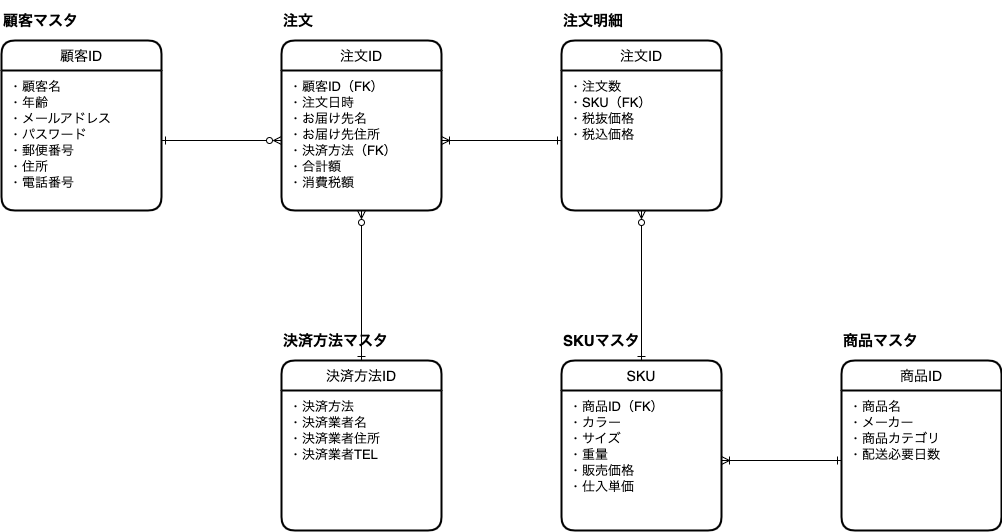
Earlier version of the draw.io export portfolio.drawio.png (june1983/java). Source tidied: cells renumbered, new cells last; positions are measured from the earlier drawing's top-left corner, leaving out a move shared by most shapes.
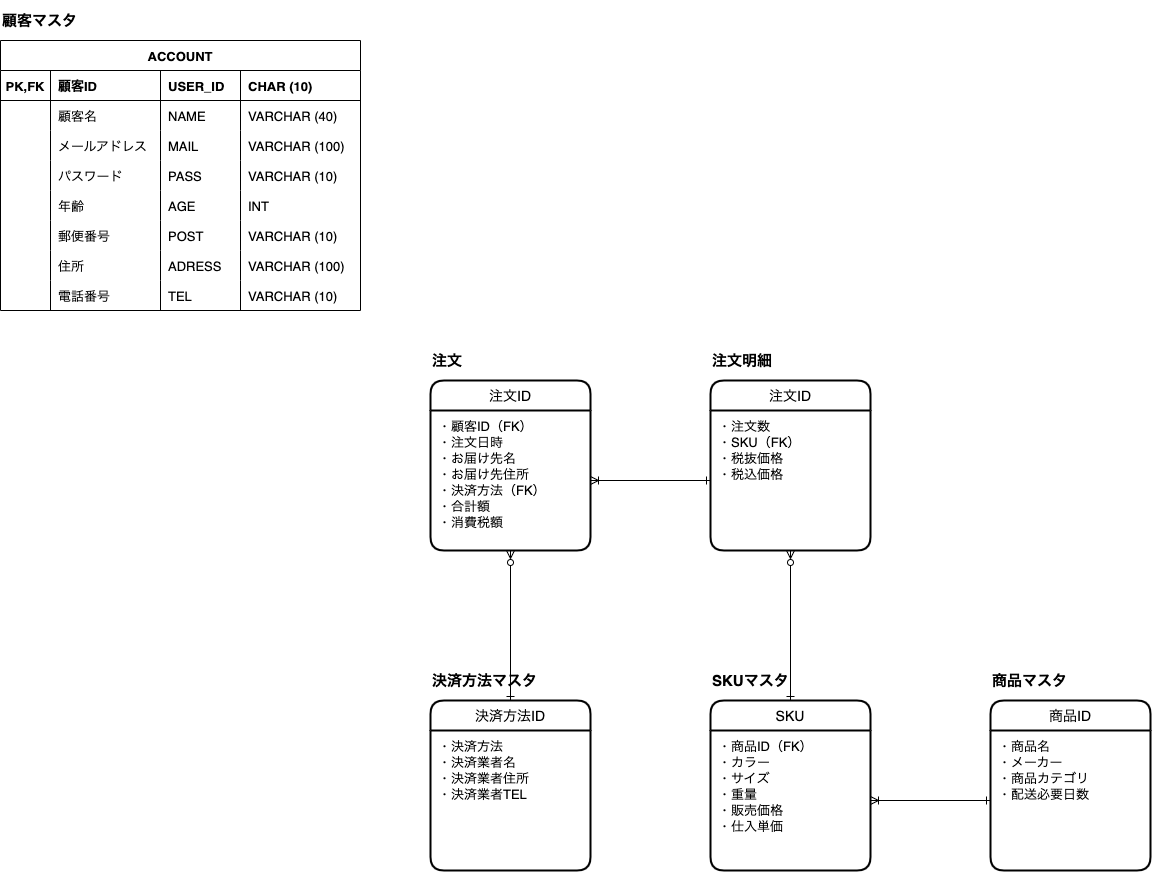
The same diagram one commit later.

Commit message:
portfolio.drawio.png を更新します

Diff of the diagram source:
```diff
@@ -3,14 +3,8 @@
     <mxCell id="0" />
     <mxCell id="1" parent="0" />
     <mxCell id="2" value="&lt;font style=&quot;font-size: 15px;&quot;&gt;顧客マスタ&lt;/font&gt;" style="text;strokeColor=none;fillColor=none;html=1;fontSize=15;fontStyle=1;verticalAlign=middle;align=left;" parent="1" vertex="1">
-      <mxGeometry width="160" height="40" as="geometry" />
+      <mxGeometry x="-150" y="-340" width="160" height="40" as="geometry" />
     </mxCell>
-    <mxCell id="3" value="顧客ID" style="swimlane;horizontal=1;startSize=30;rounded=1;fontSize=14;fontStyle=0;strokeWidth=2;shadow=0;dashed=0;align=center;" parent="1" vertex="1">
-      <mxGeometry y="40" width="160" height="170" as="geometry" />
-    </mxCell>
-    <mxCell id="4" value="・顧客名&#10;・年齢&#10;・メールアドレス&#10;・パスワード&#10;・郵便番号&#10;・住所&#10;・電話番号&#10;" style="align=left;strokeColor=none;fillColor=none;spacingLeft=4;fontSize=13;verticalAlign=top;spacing=4;" parent="3" vertex="1">
-      <mxGeometry y="30" width="160" height="140" as="geometry" />
-    </mxCell>
     <mxCell id="5" value="&lt;font style=&quot;font-size: 15px;&quot;&gt;注文&lt;/font&gt;" style="text;strokeColor=none;fillColor=none;html=1;fontSize=15;fontStyle=1;verticalAlign=middle;align=left;" parent="1" vertex="1">
       <mxGeometry x="280" width="160" height="40" as="geometry" />
     </mxCell>
@@ -65,14 +59,134 @@
     <mxCell id="22" value="・商品名&#10;・メーカー&#10;・商品カテゴリ&#10;・配送必要日数&#10;" style="align=left;strokeColor=none;fillColor=none;spacingLeft=4;fontSize=13;verticalAlign=top;spacing=4;" parent="21" vertex="1">
       <mxGeometry y="30" width="160" height="140" as="geometry" />
     </mxCell>
-    <mxCell id="23" style="edgeStyle=orthogonalEdgeStyle;rounded=1;jettySize=auto;html=1;exitX=1;exitY=0.5;exitDx=0;exitDy=0;entryX=0;entryY=0.5;entryDx=0;entryDy=0;fontSize=13;startArrow=ERone;startFill=0;endArrow=ERzeroToMany;endFill=0;strokeColor=default;" parent="1" edge="1" source="4" target="7">
-      <mxGeometry relative="1" as="geometry" />
-    </mxCell>
     <mxCell id="24" style="edgeStyle=orthogonalEdgeStyle;rounded=1;jettySize=auto;html=1;exitX=0;exitY=0.5;exitDx=0;exitDy=0;entryX=1;entryY=0.5;entryDx=0;entryDy=0;fontSize=15;startArrow=ERone;startFill=0;endArrow=ERoneToMany;endFill=0;strokeColor=default;" parent="1" edge="1" source="22" target="19">
       <mxGeometry relative="1" as="geometry" />
     </mxCell>
     <mxCell id="25" style="edgeStyle=orthogonalEdgeStyle;rounded=1;jettySize=auto;html=1;exitX=0;exitY=0.5;exitDx=0;exitDy=0;entryX=1;entryY=0.5;entryDx=0;entryDy=0;fontSize=15;startArrow=ERone;startFill=0;endArrow=ERoneToMany;endFill=0;strokeColor=default;" parent="1" edge="1" source="10" target="7">
       <mxGeometry relative="1" as="geometry" />
     </mxCell>
+    <mxCell id="26" value="ACCOUNT" style="shape=table;startSize=30;rowLines=0;fontStyle=1;align=center;fontSize=13;" parent="1" vertex="1">
+      <mxGeometry x="-150" y="-300" width="360" height="270" as="geometry" />
+    </mxCell>
+    <mxCell id="27" style="shape=partialRectangle;fillColor=none;top=0;left=0;bottom=1;right=0;fontSize=13;" parent="26" vertex="1">
+      <mxGeometry y="30" width="360" height="30" as="geometry" />
+    </mxCell>
+    <mxCell id="28" value="PK,FK" style="shape=partialRectangle;fillColor=none;top=0;left=0;bottom=0;right=0;fontStyle=1;overflow=hidden;fontSize=13;" parent="27" vertex="1">
+      <mxGeometry width="50" height="30" as="geometry" />
+    </mxCell>
+    <mxCell id="3" value="顧客ID" style="shape=partialRectangle;fillColor=none;top=0;left=0;bottom=0;right=0;align=left;spacingLeft=6;fontStyle=1;overflow=hidden;fontSize=13;" parent="27" vertex="1">
+      <mxGeometry x="50" width="110" height="30" as="geometry" />
+    </mxCell>
+    <mxCell id="29" value="USER_ID" style="shape=partialRectangle;fillColor=none;top=0;left=0;bottom=0;right=0;align=left;spacingLeft=6;fontStyle=1;overflow=hidden;fontSize=13;" parent="27" vertex="1">
+      <mxGeometry x="160" width="80" height="30" as="geometry" />
+    </mxCell>
+    <mxCell id="30" value="CHAR (10)" style="shape=partialRectangle;fillColor=none;top=0;left=0;bottom=0;right=0;align=left;spacingLeft=6;fontStyle=1;overflow=hidden;fontSize=13;" parent="27" vertex="1">
+      <mxGeometry x="240" width="120" height="30" as="geometry" />
+    </mxCell>
+    <mxCell id="31" style="shape=partialRectangle;fillColor=none;top=0;left=0;bottom=0;right=0;fontSize=15;" parent="26" vertex="1">
+      <mxGeometry y="60" width="360" height="30" as="geometry" />
+    </mxCell>
+    <mxCell id="32" style="shape=partialRectangle;fillColor=none;top=0;left=0;bottom=0;right=0;overflow=hidden;fontSize=15;" parent="31" vertex="1">
+      <mxGeometry width="50" height="30" as="geometry" />
+    </mxCell>
+    <mxCell id="33" value="顧客名" style="shape=partialRectangle;fillColor=none;top=0;left=0;bottom=0;right=0;align=left;spacingLeft=6;overflow=hidden;fontSize=13;" parent="31" vertex="1">
+      <mxGeometry x="50" width="110" height="30" as="geometry" />
+    </mxCell>
+    <mxCell id="34" value="NAME" style="shape=partialRectangle;fillColor=none;top=0;left=0;bottom=0;right=0;align=left;spacingLeft=6;overflow=hidden;fontSize=13;" parent="31" vertex="1">
+      <mxGeometry x="160" width="80" height="30" as="geometry" />
+    </mxCell>
+    <mxCell id="35" value="VARCHAR (40)" style="shape=partialRectangle;fillColor=none;top=0;left=0;bottom=0;right=0;align=left;spacingLeft=6;overflow=hidden;fontSize=13;" parent="31" vertex="1">
+      <mxGeometry x="240" width="120" height="30" as="geometry" />
+    </mxCell>
+    <mxCell id="36" style="shape=partialRectangle;fillColor=none;top=0;left=0;bottom=0;right=0;fontSize=15;" parent="26" vertex="1">
+      <mxGeometry y="90" width="360" height="30" as="geometry" />
+    </mxCell>
+    <mxCell id="37" style="shape=partialRectangle;fillColor=none;top=0;left=0;bottom=0;right=0;overflow=hidden;fontSize=15;" parent="36" vertex="1">
+      <mxGeometry width="50" height="30" as="geometry" />
+    </mxCell>
+    <mxCell id="38" value="メールアドレス" style="shape=partialRectangle;fillColor=none;top=0;left=0;bottom=0;right=0;align=left;spacingLeft=6;overflow=hidden;fontSize=13;" parent="36" vertex="1">
+      <mxGeometry x="50" width="110" height="30" as="geometry" />
+    </mxCell>
+    <mxCell id="39" value="MAIL" style="shape=partialRectangle;fillColor=none;top=0;left=0;bottom=0;right=0;align=left;spacingLeft=6;overflow=hidden;fontSize=13;" parent="36" vertex="1">
+      <mxGeometry x="160" width="80" height="30" as="geometry" />
+    </mxCell>
+    <mxCell id="40" value="VARCHAR (100)" style="shape=partialRectangle;fillColor=none;top=0;left=0;bottom=0;right=0;align=left;spacingLeft=6;overflow=hidden;fontSize=13;" parent="36" vertex="1">
+      <mxGeometry x="240" width="120" height="30" as="geometry" />
+    </mxCell>
+    <mxCell id="41" style="shape=partialRectangle;fillColor=none;top=0;left=0;bottom=0;right=0;fontSize=15;" parent="26" vertex="1">
+      <mxGeometry y="120" width="360" height="30" as="geometry" />
+    </mxCell>
+    <mxCell id="42" style="shape=partialRectangle;fillColor=none;top=0;left=0;bottom=0;right=0;overflow=hidden;fontSize=15;" parent="41" vertex="1">
+      <mxGeometry width="50" height="30" as="geometry" />
+    </mxCell>
+    <mxCell id="43" value="パスワード" style="shape=partialRectangle;fillColor=none;top=0;left=0;bottom=0;right=0;align=left;spacingLeft=6;overflow=hidden;fontSize=13;" parent="41" vertex="1">
+      <mxGeometry x="50" width="110" height="30" as="geometry" />
+    </mxCell>
+    <mxCell id="44" value="PASS" style="shape=partialRectangle;fillColor=none;top=0;left=0;bottom=0;right=0;align=left;spacingLeft=6;overflow=hidden;fontSize=13;" parent="41" vertex="1">
+      <mxGeometry x="160" width="80" height="30" as="geometry" />
+    </mxCell>
+    <mxCell id="45" value="VARCHAR (10)" style="shape=partialRectangle;fillColor=none;top=0;left=0;bottom=0;right=0;align=left;spacingLeft=6;overflow=hidden;fontSize=13;" parent="41" vertex="1">
+      <mxGeometry x="240" width="120" height="30" as="geometry" />
+    </mxCell>
+    <mxCell id="46" style="shape=partialRectangle;fillColor=none;top=0;left=0;bottom=0;right=0;fontSize=15;" parent="26" vertex="1">
+      <mxGeometry y="150" width="360" height="30" as="geometry" />
+    </mxCell>
+    <mxCell id="47" style="shape=partialRectangle;fillColor=none;top=0;left=0;bottom=0;right=0;overflow=hidden;fontSize=15;" parent="46" vertex="1">
+      <mxGeometry width="50" height="30" as="geometry" />
+    </mxCell>
+    <mxCell id="48" value="年齢" style="shape=partialRectangle;fillColor=none;top=0;left=0;bottom=0;right=0;align=left;spacingLeft=6;overflow=hidden;fontSize=13;" parent="46" vertex="1">
+      <mxGeometry x="50" width="110" height="30" as="geometry" />
+    </mxCell>
+    <mxCell id="49" value="AGE" style="shape=partialRectangle;fillColor=none;top=0;left=0;bottom=0;right=0;align=left;spacingLeft=6;overflow=hidden;fontSize=13;" parent="46" vertex="1">
+      <mxGeometry x="160" width="80" height="30" as="geometry" />
+    </mxCell>
+    <mxCell id="50" value="INT" style="shape=partialRectangle;fillColor=none;top=0;left=0;bottom=0;right=0;align=left;spacingLeft=6;overflow=hidden;fontSize=13;" parent="46" vertex="1">
+      <mxGeometry x="240" width="120" height="30" as="geometry" />
+    </mxCell>
+    <mxCell id="51" style="shape=partialRectangle;fillColor=none;top=0;left=0;bottom=0;right=0;fontSize=15;" parent="26" vertex="1">
+      <mxGeometry y="180" width="360" height="30" as="geometry" />
+    </mxCell>
+    <mxCell id="52" style="shape=partialRectangle;fillColor=none;top=0;left=0;bottom=0;right=0;overflow=hidden;fontSize=15;" parent="51" vertex="1">
+      <mxGeometry width="50" height="30" as="geometry" />
+    </mxCell>
+    <mxCell id="53" value="郵便番号" style="shape=partialRectangle;fillColor=none;top=0;left=0;bottom=0;right=0;align=left;spacingLeft=6;overflow=hidden;fontSize=13;" parent="51" vertex="1">
+      <mxGeometry x="50" width="110" height="30" as="geometry" />
+    </mxCell>
+    <mxCell id="54" value="POST" style="shape=partialRectangle;fillColor=none;top=0;left=0;bottom=0;right=0;align=left;spacingLeft=6;overflow=hidden;fontSize=13;" parent="51" vertex="1">
+      <mxGeometry x="160" width="80" height="30" as="geometry" />
+    </mxCell>
+    <mxCell id="55" value="VARCHAR (10)" style="shape=partialRectangle;fillColor=none;top=0;left=0;bottom=0;right=0;align=left;spacingLeft=6;overflow=hidden;fontSize=13;" parent="51" vertex="1">
+      <mxGeometry x="240" width="120" height="30" as="geometry" />
+    </mxCell>
+    <mxCell id="56" style="shape=partialRectangle;fillColor=none;top=0;left=0;bottom=0;right=0;fontSize=15;" parent="26" vertex="1">
+      <mxGeometry y="210" width="360" height="30" as="geometry" />
+    </mxCell>
+    <mxCell id="57" style="shape=partialRectangle;fillColor=none;top=0;left=0;bottom=0;right=0;overflow=hidden;fontSize=15;" parent="56" vertex="1">
+      <mxGeometry width="50" height="30" as="geometry" />
+    </mxCell>
+    <mxCell id="58" value="住所" style="shape=partialRectangle;fillColor=none;top=0;left=0;bottom=0;right=0;align=left;spacingLeft=6;overflow=hidden;fontSize=13;" parent="56" vertex="1">
+      <mxGeometry x="50" width="110" height="30" as="geometry" />
+    </mxCell>
+    <mxCell id="59" value="ADRESS" style="shape=partialRectangle;fillColor=none;top=0;left=0;bottom=0;right=0;align=left;spacingLeft=6;overflow=hidden;fontSize=13;" parent="56" vertex="1">
+      <mxGeometry x="160" width="80" height="30" as="geometry" />
+    </mxCell>
+    <mxCell id="60" value="VARCHAR (100)" style="shape=partialRectangle;fillColor=none;top=0;left=0;bottom=0;right=0;align=left;spacingLeft=6;overflow=hidden;fontSize=13;" parent="56" vertex="1">
+      <mxGeometry x="240" width="120" height="30" as="geometry" />
+    </mxCell>
+    <mxCell id="61" style="shape=partialRectangle;fillColor=none;top=0;left=0;bottom=0;right=0;fontSize=15;" parent="26" vertex="1">
+      <mxGeometry y="240" width="360" height="30" as="geometry" />
+    </mxCell>
+    <mxCell id="62" style="shape=partialRectangle;fillColor=none;top=0;left=0;bottom=0;right=0;overflow=hidden;fontSize=15;" parent="61" vertex="1">
+      <mxGeometry width="50" height="30" as="geometry" />
+    </mxCell>
+    <mxCell id="63" value="電話番号" style="shape=partialRectangle;fillColor=none;top=0;left=0;bottom=0;right=0;align=left;spacingLeft=6;overflow=hidden;fontSize=13;" parent="61" vertex="1">
+      <mxGeometry x="50" width="110" height="30" as="geometry" />
+    </mxCell>
+    <mxCell id="64" value="TEL" style="shape=partialRectangle;fillColor=none;top=0;left=0;bottom=0;right=0;align=left;spacingLeft=6;overflow=hidden;fontSize=13;" parent="61" vertex="1">
+      <mxGeometry x="160" width="80" height="30" as="geometry" />
+    </mxCell>
+    <mxCell id="65" value="VARCHAR (10)" style="shape=partialRectangle;fillColor=none;top=0;left=0;bottom=0;right=0;align=left;spacingLeft=6;overflow=hidden;fontSize=13;" parent="61" vertex="1">
+      <mxGeometry x="240" width="120" height="30" as="geometry" />
+    </mxCell>
   </root>
 </mxGraphModel>
```
